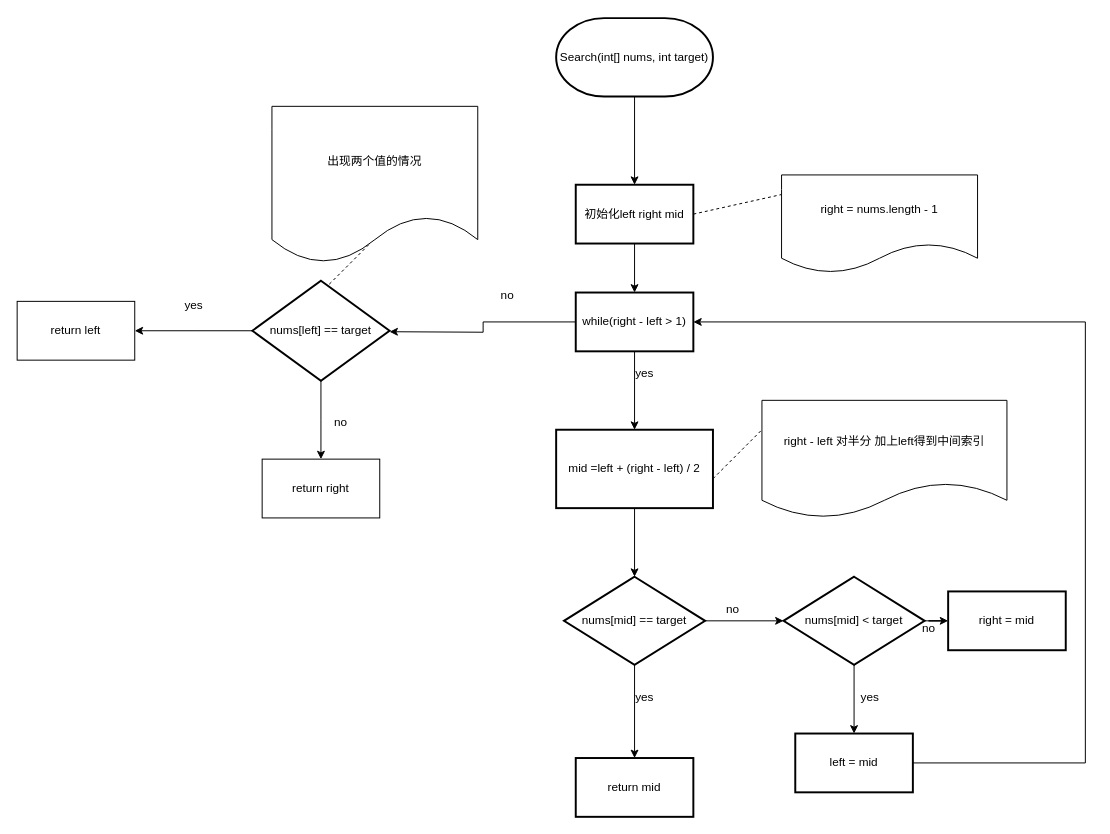
Above: search.drawio in QAQSly/QAQSly (draw.io), before the change. Source tidied: cells renumbered, new cells numbered last; positions are measured from the earlier drawing's top-left corner, leaving out a move shared by most shapes. Both pictures are drawn from the tidied source at 98%, with x=0, y=0 at pixel (17, 18).
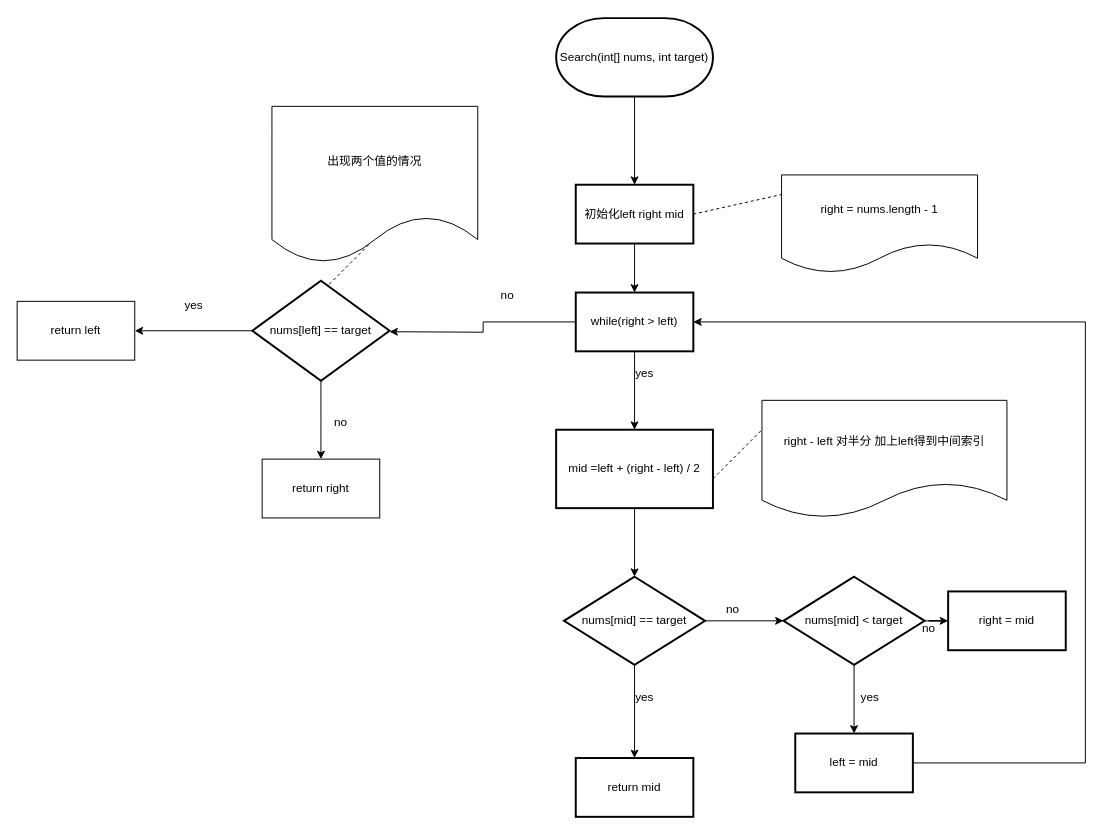
The same page after the edit.

What changed in the source:
```diff
@@
-    <mxCell id="9" value="while(right - left &amp;gt; 1)" style="whiteSpace=wrap;html=1;strokeWidth=2;" parent="1" vertex="1">
+    <mxCell id="9" value="while(right &amp;gt; left)" style="whiteSpace=wrap;html=1;strokeWidth=2;" parent="1" vertex="1">
       <mxGeometry x="570" y="280" width="120" height="60" as="geometry" />
     </mxCell>
```
